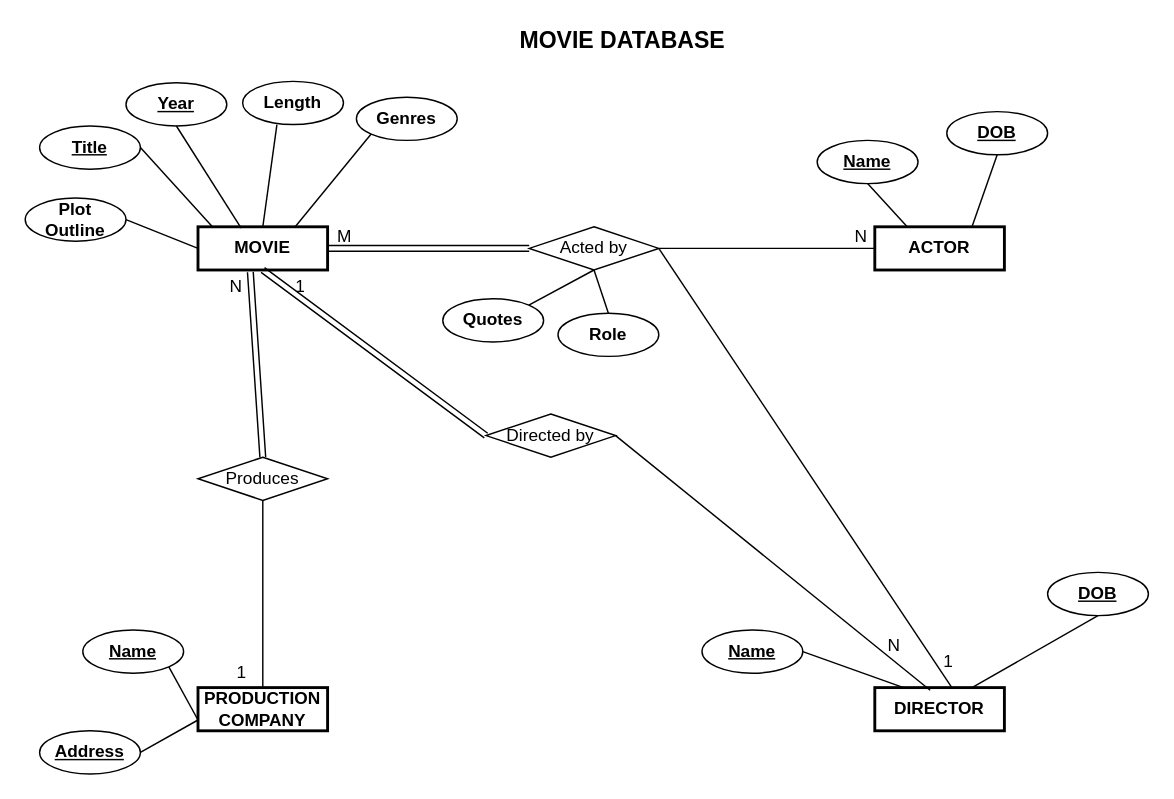
Above: EX2.drawio in kieuvantuyen01/testGit (draw.io), before the change. Source tidied: cells renumbered, new cells numbered last; positions are measured from the earlier drawing's top-left corner, leaving out a move shared by most shapes. Both pictures are drawn from the tidied source at 144%, with x=0, y=0 at pixel (24, 24).
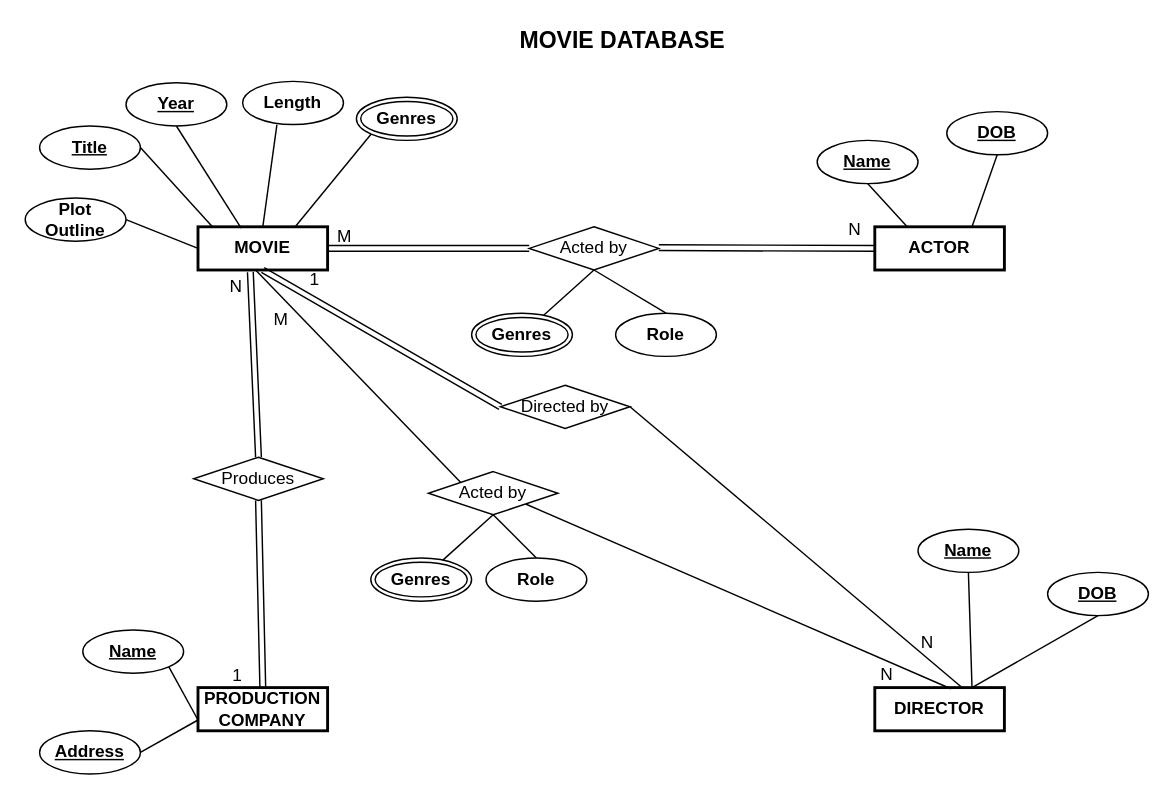
Above is the later version.

Unchanged cells that the change refers to:
```xml
<mxCell id="2" value="MOVIE" style="whiteSpace=wrap;html=1;align=center;fontStyle=1;strokeWidth=2;" parent="1" vertex="1">
  <mxGeometry x="120" y="140" width="90" height="30" as="geometry" />
</mxCell>
<mxCell id="3" value="PRODUCTION&lt;br&gt;COMPANY" style="whiteSpace=wrap;html=1;align=center;fontStyle=1;strokeWidth=2;" parent="1" vertex="1">
  <mxGeometry x="120" y="460" width="90" height="30" as="geometry" />
</mxCell>
<mxCell id="4" value="DIRECTOR" style="whiteSpace=wrap;html=1;align=center;fontStyle=1;strokeWidth=2;" parent="1" vertex="1">
  <mxGeometry x="590" y="460" width="90" height="30" as="geometry" />
</mxCell>
<mxCell id="5" value="ACTOR" style="whiteSpace=wrap;html=1;align=center;fontStyle=1;strokeWidth=2;" parent="1" vertex="1">
  <mxGeometry x="590" y="140" width="90" height="30" as="geometry" />
</mxCell>
<mxCell id="19" value="Acted by" style="shape=rhombus;perimeter=rhombusPerimeter;whiteSpace=wrap;html=1;align=center;" parent="1" vertex="1">
  <mxGeometry x="350" y="140" width="90" height="30" as="geometry" />
</mxCell>
<mxCell id="30" style="shape=link;html=1;rounded=0;exitX=0.5;exitY=1;exitDx=0;exitDy=0;entryX=0;entryY=0.5;entryDx=0;entryDy=0;" parent="1" edge="1" source="2" target="20">
  <mxGeometry relative="1" as="geometry" />
</mxCell>
```

The edit, as a diff of the source:
```diff
@@
-    <mxCell id="9" value="Genres" style="ellipse;whiteSpace=wrap;html=1;align=center;fontStyle=1;" parent="1" vertex="1">
-      <mxGeometry x="230" y="50" width="70" height="30" as="geometry" />
-    </mxCell>
@@
-    <mxCell id="11" value="Quotes" style="ellipse;whiteSpace=wrap;html=1;align=center;fontStyle=1;" parent="1" vertex="1">
-      <mxGeometry x="290" y="190" width="70" height="30" as="geometry" />
-    </mxCell>
@@
     <mxCell id="14" value="Role" style="ellipse;whiteSpace=wrap;html=1;align=center;fontStyle=1;" parent="1" vertex="1">
-      <mxGeometry x="370" y="200" width="70" height="30" as="geometry" />
+      <mxGeometry x="410" y="200" width="70" height="30" as="geometry" />
     </mxCell>
     <mxCell id="15" value="Name" style="ellipse;whiteSpace=wrap;html=1;align=center;fontStyle=5;" parent="1" vertex="1">
-      <mxGeometry x="470" y="420" width="70" height="30" as="geometry" />
+      <mxGeometry x="620" y="350" width="70" height="30" as="geometry" />
     </mxCell>
@@
     <mxCell id="20" value="Directed by" style="shape=rhombus;perimeter=rhombusPerimeter;whiteSpace=wrap;html=1;align=center;" parent="1" vertex="1">
-      <mxGeometry x="320" y="270" width="90" height="30" as="geometry" />
+      <mxGeometry x="330" y="250" width="90" height="30" as="geometry" />
     </mxCell>
@@
-    <mxCell id="25" style="endArrow=none;html=1;rounded=0;exitX=0.75;exitY=0;exitDx=0;exitDy=0;entryX=0;entryY=1;entryDx=0;entryDy=0;" parent="1" edge="1" source="2" target="9">
-      <mxGeometry relative="1" as="geometry" />
+    <mxCell id="25" style="endArrow=none;html=1;rounded=0;exitX=0.75;exitY=0;exitDx=0;exitDy=0;entryX=0;entryY=1;entryDx=0;entryDy=0;" parent="1" edge="1" source="2">
+      <mxGeometry relative="1" as="geometry">
+        <mxPoint x="240.3" y="75.6" as="targetPoint" />
+      </mxGeometry>
     </mxCell>
@@
     <mxCell id="31" value="1" style="html=1;align=left;verticalAlign=bottom;" parent="30" vertex="1">
       <mxGeometry x="-1" relative="1" as="geometry">
-        <mxPoint x="21" y="20" as="offset" />
+        <mxPoint x="31" y="15" as="offset" />
       </mxGeometry>
     </mxCell>
-    <mxCell id="32" style="endArrow=none;html=1;rounded=0;exitX=1;exitY=0.5;exitDx=0;exitDy=0;entryX=0;entryY=0.5;entryDx=0;entryDy=0;" parent="1" edge="1" source="19" target="5">
-      <mxGeometry relative="1" as="geometry" />
-    </mxCell>
-    <mxCell id="33" value="N" style="html=1;align=right;verticalAlign=bottom;" parent="32" vertex="1">
-      <mxGeometry x="1" relative="1" as="geometry">
-        <mxPoint x="-5" as="offset" />
-      </mxGeometry>
-    </mxCell>
-    <mxCell id="34" style="endArrow=none;html=1;rounded=0;exitX=1;exitY=0.5;exitDx=0;exitDy=0;entryX=0.427;entryY=0.06;entryDx=0;entryDy=0;entryPerimeter=0;" parent="1" edge="1" source="20" target="4">
+    <mxCell id="34" style="endArrow=none;html=1;rounded=0;exitX=1;exitY=0.5;exitDx=0;exitDy=0;entryX=0.684;entryY=0.027;entryDx=0;entryDy=0;entryPerimeter=0;" parent="1" edge="1" source="20" target="4">
       <mxGeometry relative="1" as="geometry" />
     </mxCell>
@@
-    <mxCell id="36" style="endArrow=none;html=1;rounded=0;exitX=1;exitY=0;exitDx=0;exitDy=0;entryX=0.5;entryY=1;entryDx=0;entryDy=0;" parent="1" edge="1" source="11" target="19">
+    <mxCell id="36" style="endArrow=none;html=1;rounded=0;entryX=0.5;entryY=1;entryDx=0;entryDy=0;" parent="1" edge="1" source="54" target="19">
       <mxGeometry relative="1" as="geometry" />
     </mxCell>
@@
-    <mxCell id="38" style="endArrow=none;html=1;rounded=0;exitX=1;exitY=0.5;exitDx=0;exitDy=0;" parent="1" edge="1" source="15">
-      <mxGeometry relative="1" as="geometry">
-        <mxPoint x="610" y="460" as="targetPoint" />
-      </mxGeometry>
+    <mxCell id="38" style="endArrow=none;html=1;rounded=0;exitX=0.5;exitY=1;exitDx=0;exitDy=0;entryX=0.75;entryY=0;entryDx=0;entryDy=0;" parent="1" edge="1" source="15" target="4">
+      <mxGeometry relative="1" as="geometry" />
     </mxCell>
@@
     <mxCell id="42" value="Produces" style="shape=rhombus;perimeter=rhombusPerimeter;whiteSpace=wrap;html=1;align=center;" parent="1" vertex="1">
-      <mxGeometry x="120" y="300" width="90" height="30" as="geometry" />
+      <mxGeometry x="117" y="300" width="90" height="30" as="geometry" />
     </mxCell>
@@
-    <mxCell id="45" style="endArrow=none;html=1;rounded=0;exitX=0.5;exitY=1;exitDx=0;exitDy=0;entryX=0.5;entryY=0;entryDx=0;entryDy=0;" parent="1" edge="1" source="42" target="3">
-      <mxGeometry relative="1" as="geometry" />
-    </mxCell>
-    <mxCell id="46" value="1" style="html=1;align=right;verticalAlign=bottom;" parent="45" vertex="1">
-      <mxGeometry x="1" relative="1" as="geometry">
-        <mxPoint x="-11" y="-2" as="offset" />
-      </mxGeometry>
-    </mxCell>
-    <mxCell id="47" style="endArrow=none;html=1;rounded=0;entryX=0.596;entryY=0.007;entryDx=0;entryDy=0;exitX=1;exitY=0.5;exitDx=0;exitDy=0;entryPerimeter=0;" parent="1" edge="1" source="19" target="4">
+    <mxCell id="47" style="endArrow=none;html=1;rounded=0;entryX=0.587;entryY=0.027;entryDx=0;entryDy=0;exitX=1;exitY=1;exitDx=0;exitDy=0;entryPerimeter=0;" parent="1" edge="1" source="51" target="4">
       <mxGeometry relative="1" as="geometry" />
     </mxCell>
-    <mxCell id="48" value="1" style="html=1;align=left;verticalAlign=bottom;" parent="1" vertex="1">
+    <mxCell id="48" style="html=1;align=left;verticalAlign=bottom;" parent="1" vertex="1">
       <mxGeometry x="190" y="203" as="geometry">
         <mxPoint x="446" y="247" as="offset" />
       </mxGeometry>
     </mxCell>
@@
+    <mxCell id="50" value="&lt;span style=&quot;font-weight: 700&quot;&gt;Genres&lt;/span&gt;" style="ellipse;shape=doubleEllipse;margin=3;whiteSpace=wrap;html=1;align=center;" parent="1" vertex="1">
+      <mxGeometry x="230" y="50" width="70" height="30" as="geometry" />
+    </mxCell>
+    <mxCell id="51" value="Acted by" style="shape=rhombus;perimeter=rhombusPerimeter;whiteSpace=wrap;html=1;align=center;" parent="1" vertex="1">
+      <mxGeometry x="280" y="310" width="90" height="30" as="geometry" />
+    </mxCell>
+    <mxCell id="52" style="endArrow=none;html=1;rounded=0;entryX=0;entryY=0;entryDx=0;entryDy=0;" parent="1" edge="1" target="51">
+      <mxGeometry relative="1" as="geometry">
+        <mxPoint x="160" y="170" as="sourcePoint" />
+      </mxGeometry>
+    </mxCell>
+    <mxCell id="53" value="M" style="html=1;align=right;verticalAlign=bottom;" parent="52" vertex="1">
+      <mxGeometry x="1" relative="1" as="geometry">
+        <mxPoint x="-119.4" y="-104.4" as="offset" />
+      </mxGeometry>
+    </mxCell>
+    <mxCell id="54" value="&lt;span style=&quot;font-weight: 700&quot;&gt;Genres&lt;/span&gt;" style="ellipse;shape=doubleEllipse;margin=3;whiteSpace=wrap;html=1;align=center;" parent="1" vertex="1">
+      <mxGeometry x="310" y="200" width="70" height="30" as="geometry" />
+    </mxCell>
+    <mxCell id="55" value="Role" style="ellipse;whiteSpace=wrap;html=1;align=center;fontStyle=1;" parent="1" vertex="1">
+      <mxGeometry x="320" y="370" width="70" height="30" as="geometry" />
+    </mxCell>
+    <mxCell id="56" style="endArrow=none;html=1;rounded=0;entryX=0.5;entryY=1;entryDx=0;entryDy=0;" parent="1" edge="1" source="58">
+      <mxGeometry relative="1" as="geometry">
+        <mxPoint x="325" y="340" as="targetPoint" />
+      </mxGeometry>
+    </mxCell>
+    <mxCell id="57" style="endArrow=none;html=1;rounded=0;exitX=0.5;exitY=0;exitDx=0;exitDy=0;entryX=0.5;entryY=1;entryDx=0;entryDy=0;" parent="1" edge="1" source="55">
+      <mxGeometry relative="1" as="geometry">
+        <mxPoint x="325" y="340" as="targetPoint" />
+      </mxGeometry>
+    </mxCell>
+    <mxCell id="58" value="&lt;span style=&quot;font-weight: 700&quot;&gt;Genres&lt;/span&gt;" style="ellipse;shape=doubleEllipse;margin=3;whiteSpace=wrap;html=1;align=center;" parent="1" vertex="1">
+      <mxGeometry x="240" y="370" width="70" height="30" as="geometry" />
+    </mxCell>
+    <mxCell id="59" style="shape=link;html=1;rounded=0;exitX=1;exitY=0.5;exitDx=0;exitDy=0;entryX=0;entryY=0.5;entryDx=0;entryDy=0;" parent="1" edge="1" target="5">
+      <mxGeometry relative="1" as="geometry">
+        <mxPoint x="440" y="154.5" as="sourcePoint" />
+      </mxGeometry>
+    </mxCell>
+    <mxCell id="60" value="N" style="html=1;align=left;verticalAlign=bottom;" parent="59" vertex="1">
+      <mxGeometry x="-1" relative="1" as="geometry">
+        <mxPoint x="130" y="-4.5" as="offset" />
+      </mxGeometry>
+    </mxCell>
+    <mxCell id="33" value="N" style="html=1;align=right;verticalAlign=bottom;" parent="1" vertex="1">
+      <mxGeometry x="641.2" y="450.5" as="geometry">
+        <mxPoint x="-38" y="8" as="offset" />
+      </mxGeometry>
+    </mxCell>
+    <mxCell id="61" style="shape=link;html=1;rounded=0;exitX=0.5;exitY=0;exitDx=0;exitDy=0;entryX=0.5;entryY=1;entryDx=0;entryDy=0;" parent="1" edge="1" source="3" target="42">
+      <mxGeometry relative="1" as="geometry" />
+    </mxCell>
+    <mxCell id="46" value="1" style="html=1;align=right;verticalAlign=bottom;" parent="61" vertex="1">
+      <mxGeometry x="1" relative="1" as="geometry">
+        <mxPoint x="-11" y="130" as="offset" />
+      </mxGeometry>
+    </mxCell>
```
